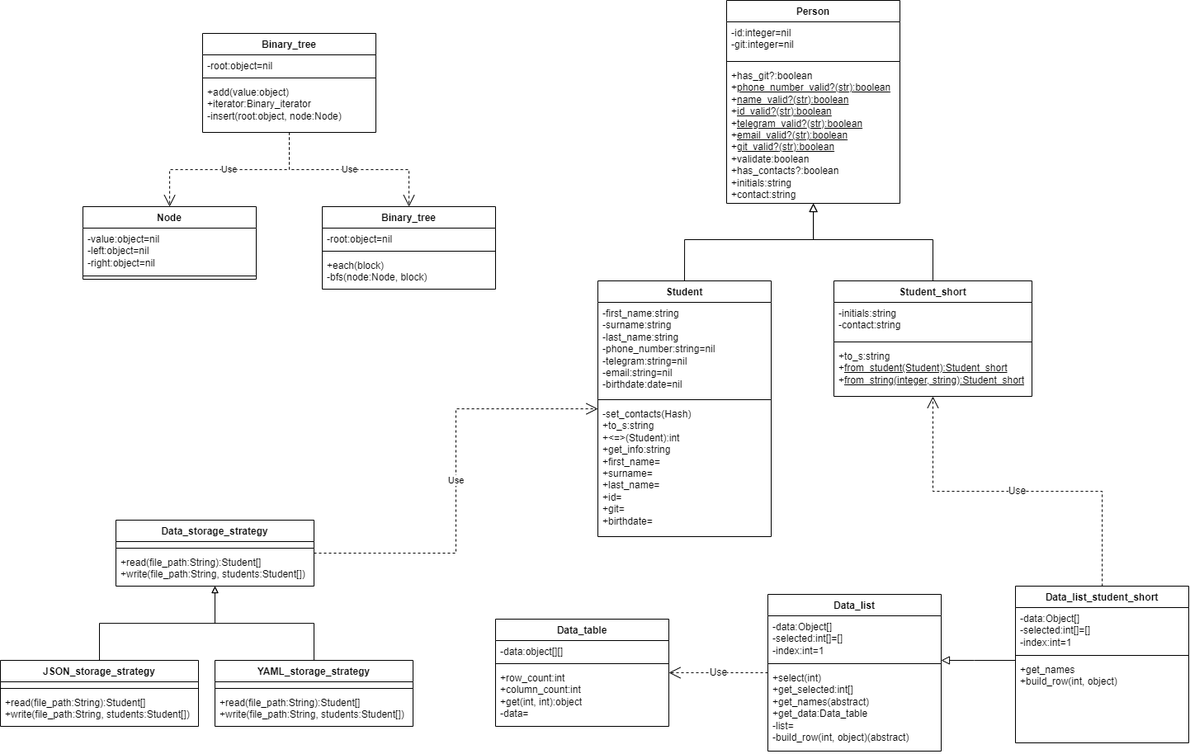
creatior/Design-Patterns-labs keeps this draw.io diagram as student/media/diagrams/class_diagram.png. Above is the earlier version. Source tidied: cells renumbered, new cells last; positions are measured from the earlier drawing's top-left corner, leaving out a move shared by most shapes.
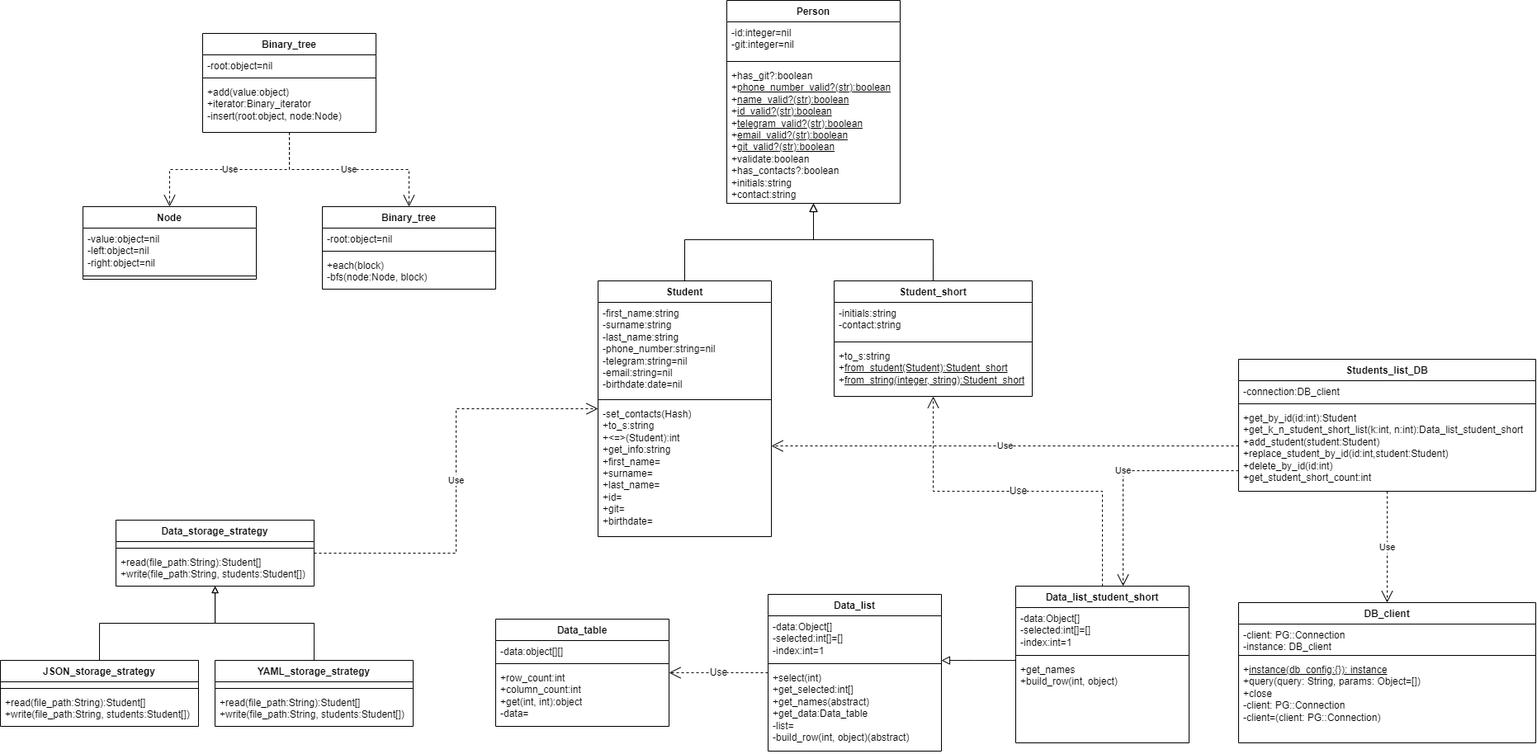
Above is the later version.

Commit message:
LR4T3.12 Updated class diagram

The edit, as a diff of the source:
```diff
@@ -188,5 +188,47 @@
     <mxCell id="58" value="Use" style="endArrow=open;endSize=12;dashed=1;html=1;rounded=0;edgeStyle=orthogonalEdgeStyle;" parent="1" edge="1" source="46" target="53">
       <mxGeometry relative="1" as="geometry" />
     </mxCell>
+    <mxCell id="59" value="Students_list_DB" style="swimlane;fontStyle=1;align=center;verticalAlign=top;horizontal=1;startSize=26;whiteSpace=wrap;html=1;" parent="1" vertex="1">
+      <mxGeometry x="1500" y="435" width="360" height="160" as="geometry" />
+    </mxCell>
+    <mxCell id="60" value="&lt;div&gt;-connection:DB_client&lt;/div&gt;" style="text;strokeColor=none;fillColor=none;align=left;verticalAlign=top;spacingLeft=4;spacingRight=4;overflow=hidden;whiteSpace=wrap;html=1;" parent="59" vertex="1">
+      <mxGeometry y="26" width="360" height="24" as="geometry" />
+    </mxCell>
+    <mxCell id="61" style="line;strokeWidth=1;fillColor=none;align=left;verticalAlign=middle;spacingTop=-1;spacingLeft=3;spacingRight=3;labelPosition=right;strokeColor=inherit;" parent="59" vertex="1">
+      <mxGeometry y="50" width="360" height="8" as="geometry" />
+    </mxCell>
+    <mxCell id="62" value="+get_by_id(id:int):Student&lt;div&gt;+get_k_n_student_short_list(k:int, n:int):Data_list_student_short&lt;/div&gt;&lt;div&gt;+add_student(student:Student)&lt;/div&gt;&lt;div&gt;+replace_student_by_id(id:int,student:Student)&lt;/div&gt;&lt;div&gt;+delete_by_id(id:int)&lt;/div&gt;&lt;div&gt;+get_student_short_count:int&lt;/div&gt;" style="text;strokeColor=none;fillColor=none;align=left;verticalAlign=top;spacingLeft=4;spacingRight=4;overflow=hidden;whiteSpace=wrap;html=1;" parent="59" vertex="1">
+      <mxGeometry y="58" width="360" height="102" as="geometry" />
+    </mxCell>
+    <mxCell id="63" value="DB_client" style="swimlane;fontStyle=1;align=center;verticalAlign=top;horizontal=1;startSize=26;whiteSpace=wrap;html=1;" parent="1" vertex="1">
+      <mxGeometry x="1500" y="730" width="360" height="170" as="geometry" />
+    </mxCell>
+    <mxCell id="64" value="&lt;div&gt;-client: PG::Connection&lt;/div&gt;&lt;div&gt;-instance: DB_client&lt;/div&gt;" style="text;strokeColor=none;fillColor=none;align=left;verticalAlign=top;spacingLeft=4;spacingRight=4;overflow=hidden;whiteSpace=wrap;html=1;" parent="63" vertex="1">
+      <mxGeometry y="26" width="360" height="34" as="geometry" />
+    </mxCell>
+    <mxCell id="65" style="line;strokeWidth=1;fillColor=none;align=left;verticalAlign=middle;spacingTop=-1;spacingLeft=3;spacingRight=3;labelPosition=right;strokeColor=inherit;" parent="63" vertex="1">
+      <mxGeometry y="60" width="360" height="8" as="geometry" />
+    </mxCell>
+    <mxCell id="66" value="&lt;div&gt;+&lt;u&gt;instance(db_config:{}): instance&lt;/u&gt;&lt;/div&gt;+query(query: String, params: Object=[])&lt;div&gt;+close&lt;/div&gt;&lt;div&gt;-client: PG::Connection&lt;/div&gt;&lt;div&gt;-client=(client: PG::Connection)&lt;/div&gt;" style="text;strokeColor=none;fillColor=none;align=left;verticalAlign=top;spacingLeft=4;spacingRight=4;overflow=hidden;whiteSpace=wrap;html=1;" parent="63" vertex="1">
+      <mxGeometry y="68" width="360" height="102" as="geometry" />
+    </mxCell>
+    <mxCell id="67" value="Use" style="endArrow=open;endSize=12;dashed=1;html=1;rounded=0;edgeStyle=orthogonalEdgeStyle;" parent="1" edge="1" source="59" target="63">
+      <mxGeometry relative="1" as="geometry" />
+    </mxCell>
+    <mxCell id="68" value="Use" style="endArrow=open;endSize=12;dashed=1;html=1;rounded=0;edgeStyle=orthogonalEdgeStyle;" parent="1" edge="1" source="59" target="24">
+      <mxGeometry relative="1" as="geometry">
+        <Array as="points">
+          <mxPoint x="1360" y="570" />
+        </Array>
+      </mxGeometry>
+    </mxCell>
+    <mxCell id="69" value="Use" style="endArrow=open;endSize=12;dashed=1;html=1;rounded=0;edgeStyle=orthogonalEdgeStyle;" parent="1" edge="1" source="59" target="7">
+      <mxGeometry relative="1" as="geometry">
+        <Array as="points">
+          <mxPoint x="1220" y="540" />
+          <mxPoint x="1220" y="540" />
+        </Array>
+      </mxGeometry>
+    </mxCell>
   </root>
 </mxGraphModel>
```
